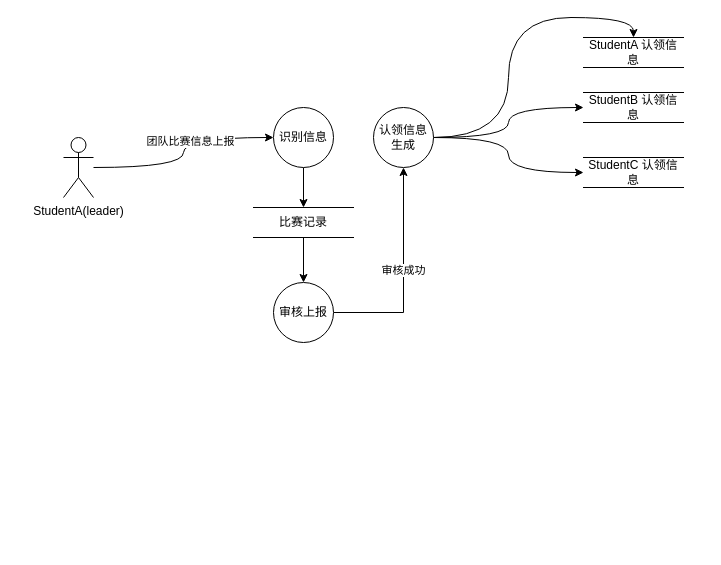
msqtt/Sources keeps this draw.io diagram as map/swms-student-invite.drawio. Above is the earlier version. Source tidied: cells renumbered, new cells numbered last; positions are measured from the earlier drawing's top-left corner, leaving out a move shared by most shapes. Both pictures are drawn from the tidied source at 100%, with x=0, y=0 at pixel (63, 37).
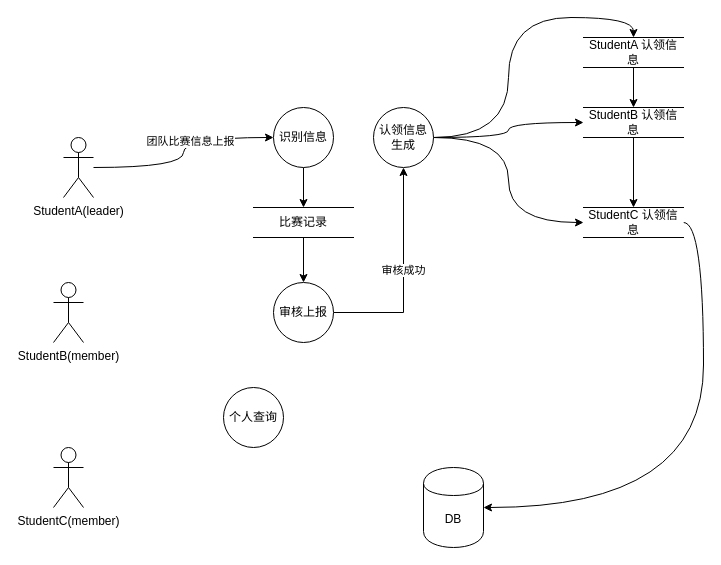
The same page after the edit.

Unchanged cells that the change refers to:
```xml
<mxCell id="10" value="StudentA 认领信息" style="html=1;dashed=0;whiteSpace=wrap;shape=partialRectangle;right=0;left=0;" parent="1" vertex="1">
  <mxGeometry x="520" width="100" height="30" as="geometry" />
</mxCell>
```

Change to the diagram source:
```diff
@@
+    <mxCell id="19" style="edgeStyle=orthogonalEdgeStyle;rounded=0;jettySize=auto;html=1;" parent="1" edge="1" source="10" target="11">
+      <mxGeometry relative="1" as="geometry" />
+    </mxCell>
@@
+    <mxCell id="20" style="edgeStyle=orthogonalEdgeStyle;rounded=0;jettySize=auto;html=1;" parent="1" edge="1" source="11" target="12">
+      <mxGeometry relative="1" as="geometry" />
+    </mxCell>
     <mxCell id="11" value="StudentB 认领信息" style="html=1;dashed=0;whiteSpace=wrap;shape=partialRectangle;right=0;left=0;" parent="1" vertex="1">
-      <mxGeometry x="520" y="55" width="100" height="30" as="geometry" />
+      <mxGeometry x="520" y="70" width="100" height="30" as="geometry" />
     </mxCell>
+    <mxCell id="21" style="edgeStyle=orthogonalEdgeStyle;rounded=0;jettySize=auto;html=1;curved=1;entryX=1;entryY=0.5;entryDx=0;entryDy=0;exitX=1;exitY=0.5;exitDx=0;exitDy=0;" parent="1" edge="1" source="12" target="22">
+      <mxGeometry relative="1" as="geometry" />
+    </mxCell>
     <mxCell id="12" value="StudentC 认领信息" style="html=1;dashed=0;whiteSpace=wrap;shape=partialRectangle;right=0;left=0;" parent="1" vertex="1">
-      <mxGeometry x="520" y="120" width="100" height="30" as="geometry" />
+      <mxGeometry x="520" y="170" width="100" height="30" as="geometry" />
     </mxCell>
@@
+    <mxCell id="22" value="DB" style="shape=cylinder;whiteSpace=wrap;html=1;boundedLbl=1;backgroundOutline=1;" parent="1" vertex="1">
+      <mxGeometry x="360" y="430" width="60" height="80" as="geometry" />
+    </mxCell>
+    <mxCell id="23" value="StudentB(member)" style="shape=umlActor;verticalLabelPosition=bottom;verticalAlign=top;html=1;" parent="1" vertex="1">
+      <mxGeometry x="-10" y="245" width="30" height="60" as="geometry" />
+    </mxCell>
+    <mxCell id="24" value="StudentC(member)" style="shape=umlActor;verticalLabelPosition=bottom;verticalAlign=top;html=1;" parent="1" vertex="1">
+      <mxGeometry x="-10" y="410" width="30" height="60" as="geometry" />
+    </mxCell>
+    <mxCell id="25" value="个人查询" style="shape=ellipse;html=1;dashed=0;whiteSpace=wrap;perimeter=ellipsePerimeter;direction=south;" parent="1" vertex="1">
+      <mxGeometry x="160" y="350" width="60" height="60" as="geometry" />
+    </mxCell>
```
